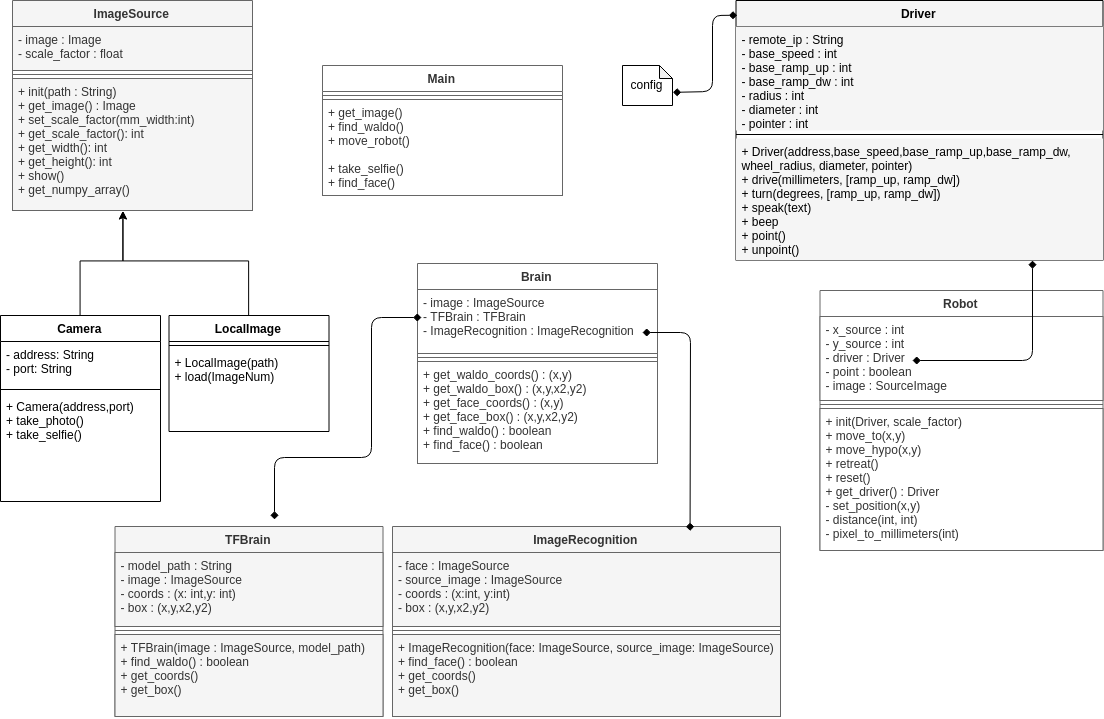
Earlier version of the draw.io export docs/class_overview.png (clragon/find-waldo). Source tidied: cells renumbered, new cells last; positions are measured from the earlier drawing's top-left corner, leaving out a move shared by most shapes.
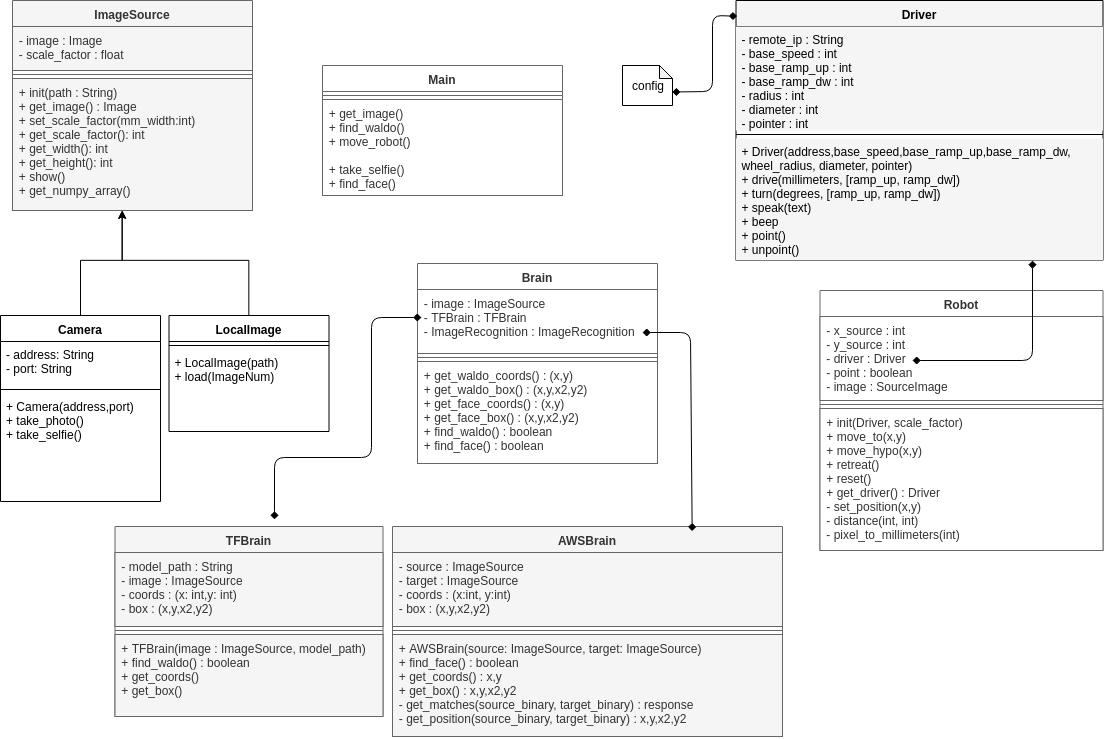
Above is the later version.

The edit, as a diff of the source:
```diff
@@ -101,17 +101,17 @@
     <mxCell id="28" value="config" style="shape=note;whiteSpace=wrap;html=1;backgroundOutline=1;darkOpacity=0.05;size=13;" parent="1" vertex="1">
       <mxGeometry x="622" y="65" width="50" height="40" as="geometry" />
     </mxCell>
-    <mxCell id="29" value="ImageRecognition&#10;" style="swimlane;fontStyle=1;align=center;verticalAlign=top;horizontal=1;startSize=26;fillColor=#f5f5f5;strokeColor=#666666;fontColor=#333333;" parent="1" vertex="1">
-      <mxGeometry x="392" y="526" width="388" height="190" as="geometry" />
+    <mxCell id="29" value="AWSBrain" style="swimlane;fontStyle=1;align=center;verticalAlign=top;horizontal=1;startSize=26;fillColor=#f5f5f5;strokeColor=#666666;fontColor=#333333;" parent="1" vertex="1">
+      <mxGeometry x="392" y="526" width="390" height="210" as="geometry" />
     </mxCell>
-    <mxCell id="30" value="- face : ImageSource&#10;- source_image : ImageSource&#10;- coords : (x:int, y:int)&#10;- box : (x,y,x2,y2)&#10;" style="text;strokeColor=#666666;fillColor=#f5f5f5;align=left;verticalAlign=top;spacingLeft=4;spacingRight=4;overflow=hidden;fontColor=#333333;" parent="29" vertex="1">
-      <mxGeometry y="26" width="388" height="74" as="geometry" />
+    <mxCell id="30" value="- source : ImageSource&#10;- target : ImageSource&#10;- coords : (x:int, y:int)&#10;- box : (x,y,x2,y2)&#10;" style="text;strokeColor=#666666;fillColor=#f5f5f5;align=left;verticalAlign=top;spacingLeft=4;spacingRight=4;overflow=hidden;fontColor=#333333;" parent="29" vertex="1">
+      <mxGeometry y="26" width="390" height="74" as="geometry" />
     </mxCell>
     <mxCell id="31" style="line;strokeWidth=1;fillColor=#f5f5f5;align=left;verticalAlign=middle;spacingTop=-1;spacingLeft=3;spacingRight=3;labelPosition=right;strokeColor=#666666;fontColor=#333333;" parent="29" vertex="1">
-      <mxGeometry y="100" width="388" height="8" as="geometry" />
+      <mxGeometry y="100" width="390" height="8" as="geometry" />
     </mxCell>
-    <mxCell id="32" value="+ ImageRecognition(face: ImageSource, source_image: ImageSource)&#10;+ find_face() : boolean&#10;+ get_coords()&#10;+ get_box()&#10;" style="text;strokeColor=#666666;fillColor=#f5f5f5;align=left;verticalAlign=top;spacingLeft=4;spacingRight=4;overflow=hidden;fontColor=#333333;" parent="29" vertex="1">
-      <mxGeometry y="108" width="388" height="82" as="geometry" />
+    <mxCell id="32" value="+ AWSBrain(source: ImageSource, target: ImageSource)&#10;+ find_face() : boolean&#10;+ get_coords() : x,y&#10;+ get_box() : x,y,x2,y2&#10;- get_matches(source_binary, target_binary) : response&#10;- get_position(source_binary, target_binary) : x,y,x2,y2&#10;" style="text;strokeColor=#666666;fillColor=#f5f5f5;align=left;verticalAlign=top;spacingLeft=4;spacingRight=4;overflow=hidden;fontColor=#333333;" parent="29" vertex="1">
+      <mxGeometry y="108" width="390" height="102" as="geometry" />
     </mxCell>
     <mxCell id="33" value="Brain&#10;" style="swimlane;fontStyle=1;align=center;verticalAlign=top;horizontal=1;startSize=26;fillColor=#FFFFFF;strokeColor=#666666;fontColor=#333333;" parent="1" vertex="1">
       <mxGeometry x="417" y="263" width="240" height="200" as="geometry" />
```
